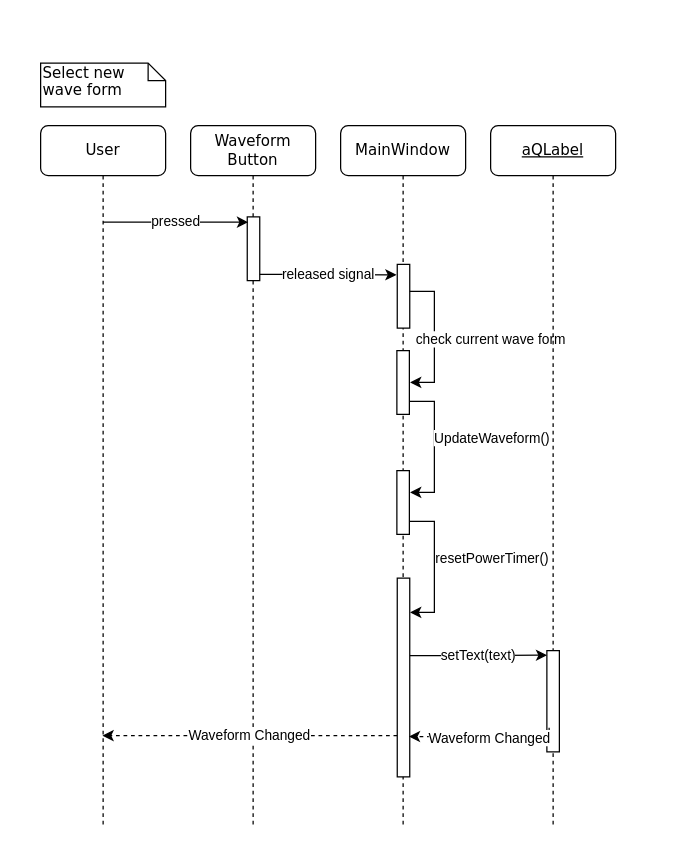
Earlier version of the draw.io diagram Documentation/select_wavelength.drawio (Hall-Andrew/CESDEVICE-3004FinalProject). Source tidied: cells renumbered, new cells numbered last; positions are measured from the earlier drawing's top-left corner, leaving out a move shared by most shapes. Both pictures are drawn from the tidied source at 125%, with x=0, y=0 at pixel (40, 62).
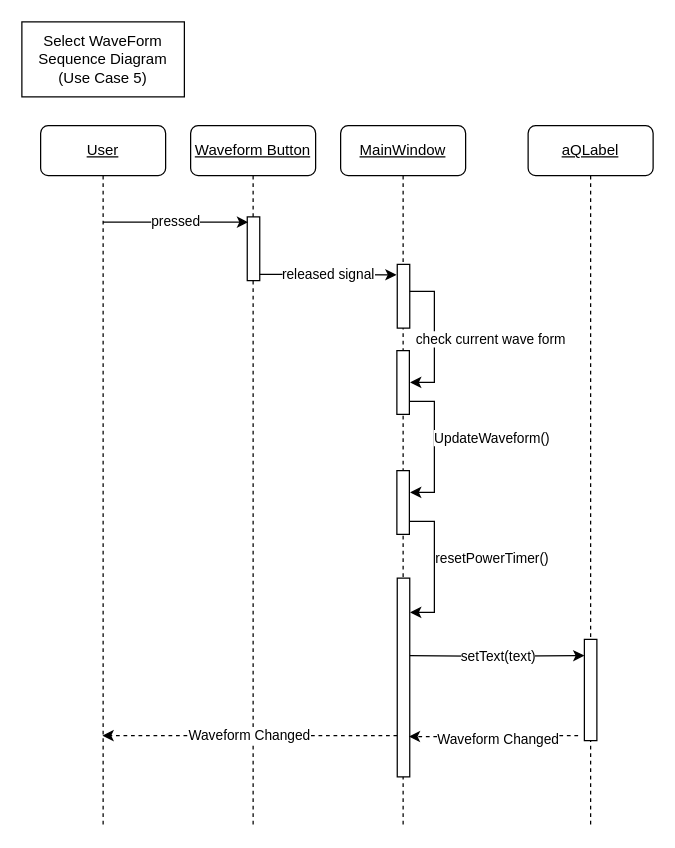
After the change.

What changed in the source:
```diff
@@
-    <mxCell id="2" value="MainWindow" style="shape=umlLifeline;perimeter=lifelinePerimeter;whiteSpace=wrap;html=1;rounded=1;shadow=0;comic=0;labelBackgroundColor=none;strokeWidth=1;fontFamily=Verdana;fontSize=12;align=center;" parent="1" vertex="1">
+    <mxCell id="2" value="&lt;font face=&quot;Helvetica&quot;&gt;&lt;u&gt;MainWindow&lt;/u&gt;&lt;/font&gt;" style="shape=umlLifeline;perimeter=lifelinePerimeter;whiteSpace=wrap;html=1;rounded=1;shadow=0;comic=0;labelBackgroundColor=none;strokeWidth=1;fontFamily=Verdana;fontSize=12;align=center;" parent="1" vertex="1">
       <mxGeometry x="240" y="50" width="100" height="560" as="geometry" />
     </mxCell>
@@
-    <mxCell id="4" value="User" style="shape=umlLifeline;perimeter=lifelinePerimeter;whiteSpace=wrap;html=1;rounded=1;shadow=0;comic=0;labelBackgroundColor=none;strokeWidth=1;fontFamily=Verdana;fontSize=12;align=center;" parent="1" vertex="1">
+    <mxCell id="4" value="&lt;font face=&quot;Helvetica&quot;&gt;&lt;u&gt;User&lt;/u&gt;&lt;/font&gt;" style="shape=umlLifeline;perimeter=lifelinePerimeter;whiteSpace=wrap;html=1;rounded=1;shadow=0;comic=0;labelBackgroundColor=none;strokeWidth=1;fontFamily=Verdana;fontSize=12;align=center;" parent="1" vertex="1">
       <mxGeometry y="50" width="100" height="560" as="geometry" />
     </mxCell>
-    <mxCell id="5" value="Select new wave form" style="shape=note;whiteSpace=wrap;html=1;size=14;verticalAlign=top;align=left;spacingTop=-6;rounded=0;shadow=0;comic=0;labelBackgroundColor=none;strokeWidth=1;fontFamily=Verdana;fontSize=12;fillColor=default;strokeColor=default;fontColor=default;" parent="1" vertex="1">
-      <mxGeometry width="100" height="35" as="geometry" />
-    </mxCell>
-    <mxCell id="6" value="Waveform Button" style="shape=umlLifeline;perimeter=lifelinePerimeter;whiteSpace=wrap;html=1;rounded=1;shadow=0;comic=0;labelBackgroundColor=none;strokeWidth=1;fontFamily=Verdana;fontSize=12;align=center;" parent="1" vertex="1">
+    <mxCell id="6" value="&lt;font face=&quot;Helvetica&quot;&gt;&lt;u&gt;Waveform Button&lt;/u&gt;&lt;/font&gt;" style="shape=umlLifeline;perimeter=lifelinePerimeter;whiteSpace=wrap;html=1;rounded=1;shadow=0;comic=0;labelBackgroundColor=none;strokeWidth=1;fontFamily=Verdana;fontSize=12;align=center;" parent="1" vertex="1">
       <mxGeometry x="120" y="50" width="100" height="560" as="geometry" />
     </mxCell>
@@
-    <mxCell id="12" value="setText(text)" style="edgeStyle=orthogonalEdgeStyle;rounded=0;orthogonalLoop=1;jettySize=auto;html=1;entryX=0.02;entryY=0.286;entryDx=0;entryDy=0;entryPerimeter=0;" parent="1" edge="1">
+    <mxCell id="12" value="setText(text)" style="edgeStyle=orthogonalEdgeStyle;rounded=0;jettySize=auto;html=1;entryX=0;entryY=0.16;entryDx=0;entryDy=0;entryPerimeter=0;" parent="1" edge="1" target="17">
       <mxGeometry relative="1" as="geometry">
         <mxPoint x="295.3" y="474" as="sourcePoint" />
-        <mxPoint x="405.2" y="473.6" as="targetPoint" />
-        <Array as="points">
-          <mxPoint x="340" y="474" />
-          <mxPoint x="340" y="474" />
-        </Array>
       </mxGeometry>
     </mxCell>
@@
-    <mxCell id="16" value="&lt;u&gt;aQLabel&lt;/u&gt;" style="shape=umlLifeline;perimeter=lifelinePerimeter;whiteSpace=wrap;html=1;rounded=1;shadow=0;comic=0;labelBackgroundColor=none;strokeWidth=1;fontFamily=Verdana;fontSize=12;align=center;" parent="1" vertex="1">
-      <mxGeometry x="360" y="50" width="100" height="560" as="geometry" />
+    <mxCell id="16" value="&lt;font face=&quot;Helvetica&quot;&gt;&lt;u&gt;aQLabel&lt;/u&gt;&lt;/font&gt;" style="shape=umlLifeline;perimeter=lifelinePerimeter;whiteSpace=wrap;html=1;rounded=1;shadow=0;comic=0;labelBackgroundColor=none;strokeWidth=1;fontFamily=Verdana;fontSize=12;align=center;" parent="1" vertex="1">
+      <mxGeometry x="390" y="50" width="100" height="560" as="geometry" />
     </mxCell>
     <mxCell id="17" style="html=1;points=[];perimeter=orthogonalPerimeter;rounded=0;shadow=0;comic=0;labelBackgroundColor=none;strokeWidth=1;fontFamily=Verdana;fontSize=12;align=center;" parent="16" vertex="1">
-      <mxGeometry x="45" y="420" width="10" height="81" as="geometry" />
+      <mxGeometry x="45" y="411" width="10" height="81" as="geometry" />
     </mxCell>
-    <mxCell id="18" style="edgeStyle=orthogonalEdgeStyle;rounded=0;jettySize=auto;html=1;entryX=1.427;entryY=0.788;entryDx=0;entryDy=0;entryPerimeter=0;dashed=1;exitX=0.18;exitY=0.761;exitDx=0;exitDy=0;exitPerimeter=0;" parent="1" edge="1" source="17">
+    <mxCell id="18" style="edgeStyle=orthogonalEdgeStyle;rounded=0;jettySize=auto;html=1;entryX=1.427;entryY=0.788;entryDx=0;entryDy=0;entryPerimeter=0;dashed=1;exitX=-0.5;exitY=0.951;exitDx=0;exitDy=0;exitPerimeter=0;" parent="1" edge="1" source="17">
       <mxGeometry relative="1" as="geometry">
         <mxPoint x="294.6" y="538.7" as="targetPoint" />
-        <Array as="points">
-          <mxPoint x="407" y="539" />
-          <mxPoint x="350" y="539" />
-        </Array>
       </mxGeometry>
     </mxCell>
@@
+    <mxCell id="22" value="Select WaveForm&lt;br&gt;&lt;div&gt;Sequence Diagram&lt;/div&gt;&lt;div&gt;(Use Case 5)&lt;br&gt;&lt;/div&gt;" style="rounded=0;whiteSpace=wrap;html=1;" parent="1" vertex="1">
+      <mxGeometry x="-15" y="-33" width="130" height="60" as="geometry" />
+    </mxCell>
```
